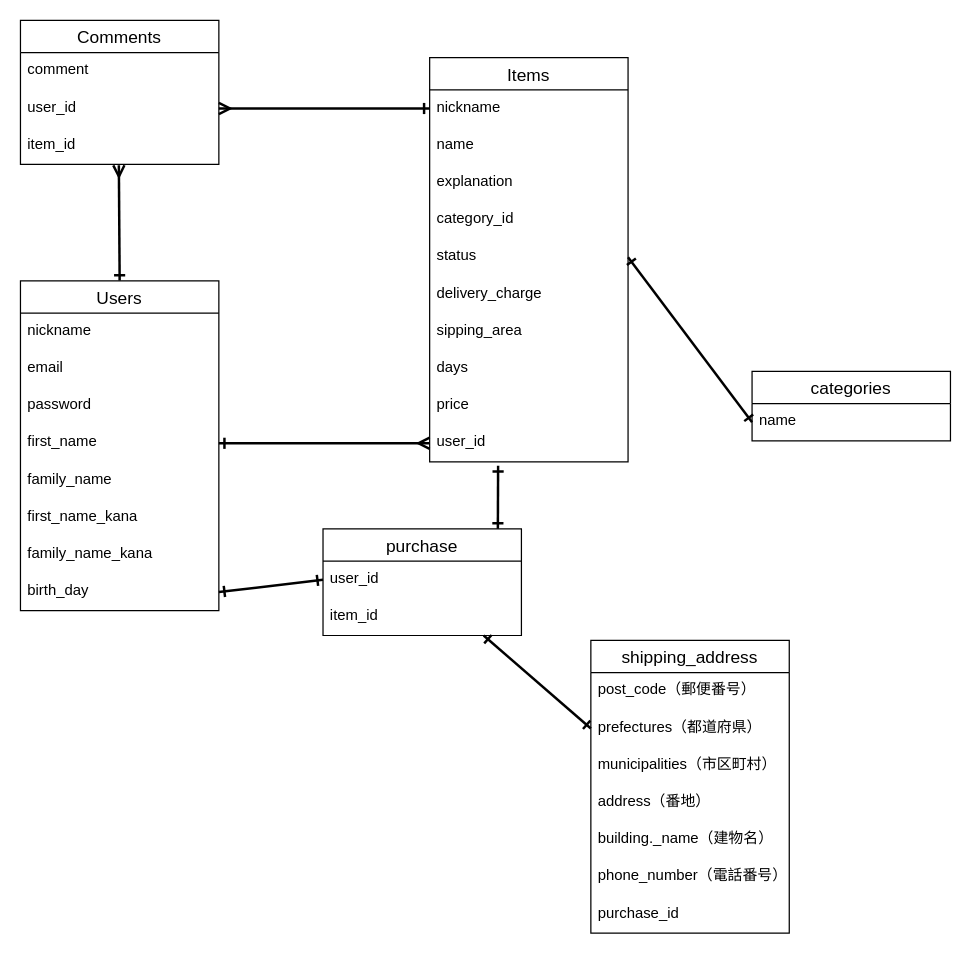
Before: databece.dio in shimi1991/furima-37284, a draw.io diagram. Source tidied: cells renumbered, new cells numbered last; positions are measured from the earlier drawing's top-left corner, leaving out a move shared by most shapes. Both pictures are drawn from the tidied source at 124%, with x=0, y=0 at pixel (20, 20).
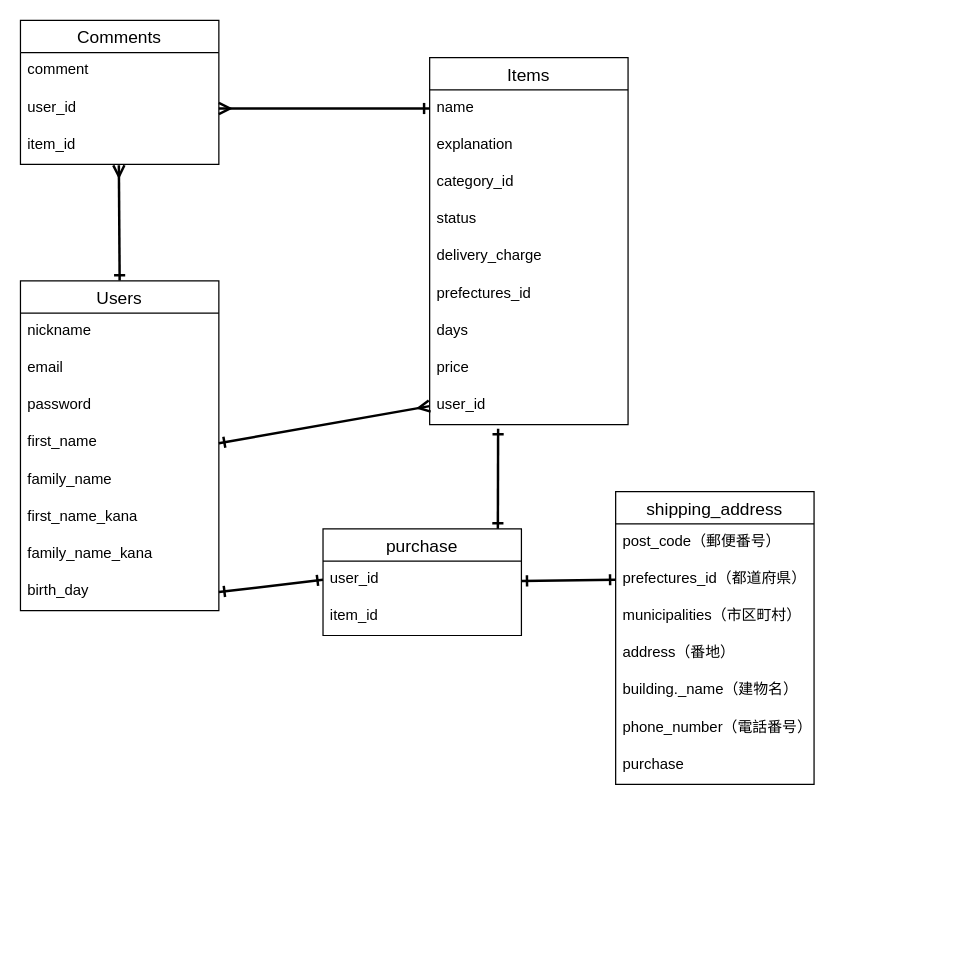
The same page after the edit.

Commit message (it also covers changes not shown here):
データベース修正２

The change refers to these unchanged cells:
```xml
<mxCell id="43" value="user_id" style="text;strokeColor=none;fillColor=none;spacingLeft=4;spacingRight=4;overflow=hidden;points=[[0,0.5],[1,0.5]];portConstraint=eastwest;fontSize=12;" parent="41" vertex="1">
  <mxGeometry y="56" width="160" height="30" as="geometry" />
</mxCell>
```

Diff of the diagram source:
```diff
@@
     <mxCell id="13" value="Items" style="swimlane;fontStyle=0;horizontal=1;startSize=26;align=center;fontSize=14;" parent="1" vertex="1">
-      <mxGeometry x="330" y="30" width="160" height="326" as="geometry" />
+      <mxGeometry x="330" y="30" width="160" height="296" as="geometry" />
     </mxCell>
-    <mxCell id="14" value="nickname" style="text;strokeColor=none;fillColor=none;spacingLeft=4;spacingRight=4;overflow=hidden;points=[[0,0.5],[1,0.5]];portConstraint=eastwest;fontSize=12;" parent="13" vertex="1">
-      <mxGeometry y="26" width="160" height="30" as="geometry" />
-    </mxCell>
     <mxCell id="15" value="name" style="text;strokeColor=none;fillColor=none;spacingLeft=4;spacingRight=4;overflow=hidden;fontSize=12;" parent="13" vertex="1">
-      <mxGeometry y="56" width="160" height="30" as="geometry" />
+      <mxGeometry y="26" width="160" height="30" as="geometry" />
     </mxCell>
     <mxCell id="16" value="explanation" style="text;strokeColor=none;fillColor=none;spacingLeft=4;spacingRight=4;overflow=hidden;fontSize=12;" parent="13" vertex="1">
-      <mxGeometry y="86" width="160" height="30" as="geometry" />
+      <mxGeometry y="56" width="160" height="30" as="geometry" />
     </mxCell>
     <mxCell id="17" value="category_id" style="text;strokeColor=none;fillColor=none;spacingLeft=4;spacingRight=4;overflow=hidden;fontSize=12;" parent="13" vertex="1">
-      <mxGeometry y="116" width="160" height="30" as="geometry" />
+      <mxGeometry y="86" width="160" height="30" as="geometry" />
     </mxCell>
     <mxCell id="18" value="status" style="text;strokeColor=none;fillColor=none;spacingLeft=4;spacingRight=4;overflow=hidden;points=[[0,0.5],[1,0.5]];portConstraint=eastwest;fontSize=12;" parent="13" vertex="1">
-      <mxGeometry y="146" width="160" height="30" as="geometry" />
+      <mxGeometry y="116" width="160" height="30" as="geometry" />
     </mxCell>
     <mxCell id="19" value="delivery_charge" style="text;strokeColor=none;fillColor=none;spacingLeft=4;spacingRight=4;overflow=hidden;fontSize=12;" parent="13" vertex="1">
-      <mxGeometry y="176" width="160" height="30" as="geometry" />
+      <mxGeometry y="146" width="160" height="30" as="geometry" />
     </mxCell>
-    <mxCell id="20" value="sipping_area" style="text;strokeColor=none;fillColor=none;spacingLeft=4;spacingRight=4;overflow=hidden;fontSize=12;" parent="13" vertex="1">
-      <mxGeometry y="206" width="160" height="30" as="geometry" />
+    <mxCell id="20" value="prefectures_id" style="text;strokeColor=none;fillColor=none;spacingLeft=4;spacingRight=4;overflow=hidden;fontSize=12;" parent="13" vertex="1">
+      <mxGeometry y="176" width="160" height="30" as="geometry" />
     </mxCell>
     <mxCell id="21" value="days" style="text;strokeColor=none;fillColor=none;spacingLeft=4;spacingRight=4;overflow=hidden;fontSize=12;" parent="13" vertex="1">
-      <mxGeometry y="236" width="160" height="30" as="geometry" />
+      <mxGeometry y="206" width="160" height="30" as="geometry" />
     </mxCell>
     <mxCell id="22" value="price" style="text;strokeColor=none;fillColor=none;spacingLeft=4;spacingRight=4;overflow=hidden;fontSize=12;" parent="13" vertex="1">
-      <mxGeometry y="266" width="160" height="30" as="geometry" />
+      <mxGeometry y="236" width="160" height="30" as="geometry" />
     </mxCell>
     <mxCell id="23" value="user_id" style="text;strokeColor=none;fillColor=none;spacingLeft=4;spacingRight=4;overflow=hidden;points=[[0,0.5],[1,0.5]];portConstraint=eastwest;fontSize=12;" parent="13" vertex="1">
-      <mxGeometry y="296" width="160" height="30" as="geometry" />
+      <mxGeometry y="266" width="160" height="30" as="geometry" />
     </mxCell>
     <mxCell id="24" value="shipping_address" style="swimlane;fontStyle=0;horizontal=1;startSize=26;align=center;fontSize=14;" parent="1" vertex="1">
-      <mxGeometry x="460" y="500" width="160" height="236" as="geometry" />
+      <mxGeometry x="480" y="380" width="160" height="236" as="geometry" />
     </mxCell>
@@
-    <mxCell id="26" value="prefectures（都道府県）" style="text;strokeColor=none;fillColor=none;spacingLeft=4;spacingRight=4;overflow=hidden;points=[[0,0.5],[1,0.5]];portConstraint=eastwest;fontSize=12;" parent="24" vertex="1">
+    <mxCell id="26" value="prefectures_id（都道府県）" style="text;strokeColor=none;fillColor=none;spacingLeft=4;spacingRight=4;overflow=hidden;points=[[0,0.5],[1,0.5]];portConstraint=eastwest;fontSize=12;" parent="24" vertex="1">
       <mxGeometry y="56" width="160" height="30" as="geometry" />
     </mxCell>
@@
-    <mxCell id="31" value="purchase_id" style="text;strokeColor=none;fillColor=none;spacingLeft=4;spacingRight=4;overflow=hidden;fontSize=12;" parent="24" vertex="1">
+    <mxCell id="31" value="purchase" style="text;strokeColor=none;fillColor=none;spacingLeft=4;spacingRight=4;overflow=hidden;fontSize=12;" parent="24" vertex="1">
       <mxGeometry y="206" width="160" height="30" as="geometry" />
     </mxCell>
@@
-    <mxCell id="33" value="categories" style="swimlane;fontStyle=0;horizontal=1;startSize=26;align=center;fontSize=14;" parent="1" vertex="1">
-      <mxGeometry x="590" y="283" width="160" height="56" as="geometry" />
-    </mxCell>
-    <mxCell id="34" value="name   &#10;" style="text;strokeColor=none;fillColor=none;spacingLeft=4;spacingRight=4;overflow=hidden;points=[[0,0.5],[1,0.5]];portConstraint=eastwest;fontSize=12;" parent="33" vertex="1">
-      <mxGeometry y="26" width="160" height="30" as="geometry" />
-    </mxCell>
-    <mxCell id="35" style="edgeStyle=none;jumpStyle=none;html=1;exitX=0;exitY=0.5;exitDx=0;exitDy=0;entryX=1;entryY=0.5;entryDx=0;entryDy=0;startArrow=ERone;startFill=0;endArrow=ERone;endFill=0;sourcePerimeterSpacing=0;strokeColor=default;strokeWidth=2;" parent="1" edge="1" source="34" target="18">
-      <mxGeometry relative="1" as="geometry" />
-    </mxCell>
@@
-    <mxCell id="45" style="edgeStyle=none;jumpStyle=none;html=1;exitX=1;exitY=0.5;exitDx=0;exitDy=0;startArrow=ERmany;startFill=0;endArrow=ERone;endFill=0;sourcePerimeterSpacing=0;strokeColor=default;strokeWidth=2;entryX=0;entryY=0.5;entryDx=0;entryDy=0;" parent="1" edge="1" source="43" target="14">
-      <mxGeometry relative="1" as="geometry" />
+    <mxCell id="45" style="edgeStyle=none;jumpStyle=none;html=1;exitX=1;exitY=0.5;exitDx=0;exitDy=0;startArrow=ERmany;startFill=0;endArrow=ERone;endFill=0;sourcePerimeterSpacing=0;strokeColor=default;strokeWidth=2;entryX=0;entryY=0.5;entryDx=0;entryDy=0;" parent="1" edge="1" source="43">
+      <mxGeometry relative="1" as="geometry">
+        <mxPoint x="330" y="71" as="targetPoint" />
+      </mxGeometry>
     </mxCell>
```
